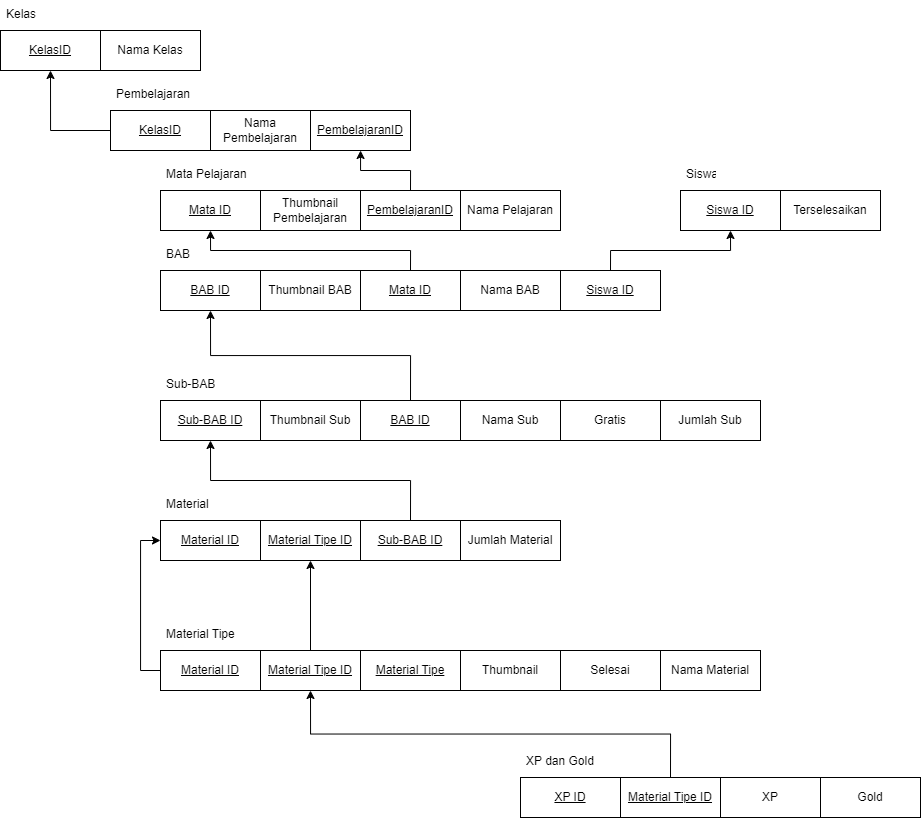
The draw.io diagram relational model Diagram.drawio.png in ardy-yusuf-wibawa/React-Bookbuzz, before a commit. Source tidied: cells renumbered, new cells last; positions are measured from the earlier drawing's top-left corner, leaving out a move shared by most shapes.
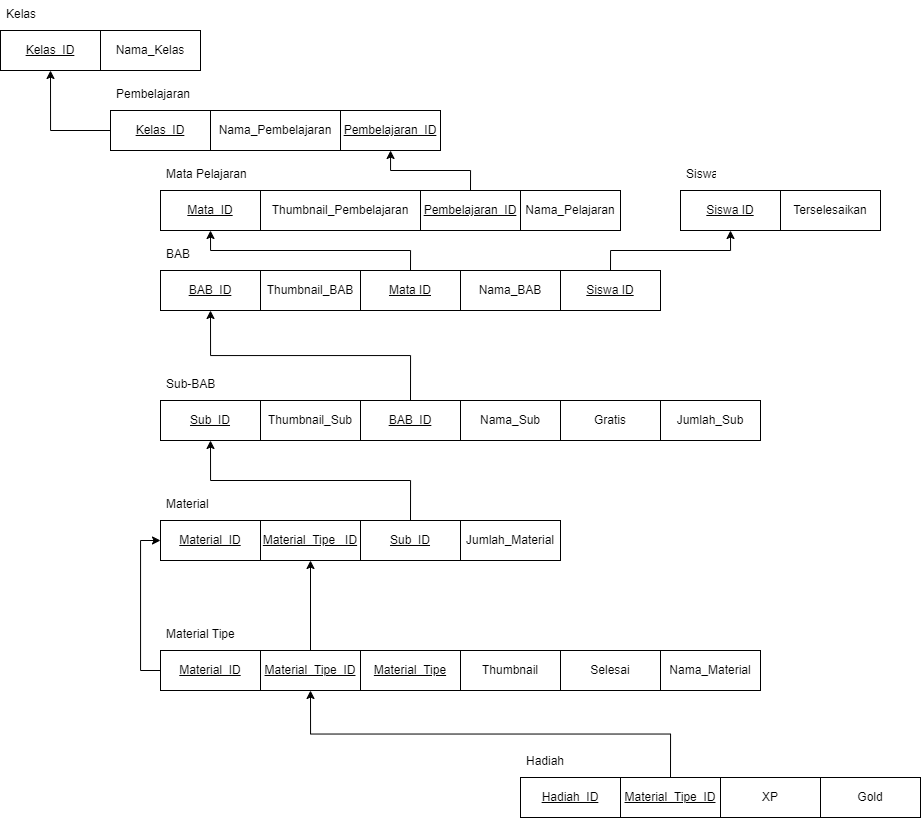
The same diagram one commit later.

What changed in the source:
```diff
@@ -2,10 +2,10 @@
   <root>
     <mxCell id="0" />
     <mxCell id="1" parent="0" />
-    <mxCell id="2" value="KelasID" style="whiteSpace=wrap;html=1;align=center;fontStyle=4;" parent="1" vertex="1">
+    <mxCell id="2" value="Kelas_ID" style="whiteSpace=wrap;html=1;align=center;fontStyle=4;" parent="1" vertex="1">
       <mxGeometry y="30" width="100" height="40" as="geometry" />
     </mxCell>
-    <mxCell id="3" value="Nama Kelas" style="whiteSpace=wrap;html=1;align=center;" parent="1" vertex="1">
+    <mxCell id="3" value="Nama_Kelas" style="whiteSpace=wrap;html=1;align=center;" parent="1" vertex="1">
       <mxGeometry x="100" y="30" width="100" height="40" as="geometry" />
     </mxCell>
     <mxCell id="4" value="Kelas" style="text;strokeColor=none;fillColor=none;spacingLeft=4;spacingRight=4;overflow=hidden;fontSize=12;whiteSpace=wrap;html=1;" parent="1" vertex="1">
@@ -14,40 +14,40 @@
     <mxCell id="5" style="edgeStyle=orthogonalEdgeStyle;rounded=0;jettySize=auto;html=1;exitX=0;exitY=0.5;exitDx=0;exitDy=0;entryX=0.5;entryY=1;entryDx=0;entryDy=0;" parent="1" edge="1" source="6" target="2">
       <mxGeometry relative="1" as="geometry" />
     </mxCell>
-    <mxCell id="6" value="KelasID" style="whiteSpace=wrap;html=1;align=center;fontStyle=4;" parent="1" vertex="1">
+    <mxCell id="6" value="Kelas_ID" style="whiteSpace=wrap;html=1;align=center;fontStyle=4;" parent="1" vertex="1">
       <mxGeometry x="110" y="110" width="100" height="40" as="geometry" />
     </mxCell>
-    <mxCell id="7" value="Nama Pembelajaran" style="whiteSpace=wrap;html=1;align=center;" parent="1" vertex="1">
-      <mxGeometry x="210" y="110" width="100" height="40" as="geometry" />
+    <mxCell id="7" value="Nama_Pembelajaran" style="whiteSpace=wrap;html=1;align=center;" parent="1" vertex="1">
+      <mxGeometry x="210" y="110" width="130" height="40" as="geometry" />
     </mxCell>
     <mxCell id="8" value="Pembelajaran" style="text;strokeColor=none;fillColor=none;spacingLeft=4;spacingRight=4;overflow=hidden;fontSize=12;whiteSpace=wrap;html=1;" parent="1" vertex="1">
       <mxGeometry x="110" y="80" width="100" height="30" as="geometry" />
     </mxCell>
-    <mxCell id="9" value="PembelajaranID" style="whiteSpace=wrap;html=1;align=center;fontStyle=4;" parent="1" vertex="1">
-      <mxGeometry x="310" y="110" width="100" height="40" as="geometry" />
+    <mxCell id="9" value="Pembelajaran_ID" style="whiteSpace=wrap;html=1;align=center;fontStyle=4;" parent="1" vertex="1">
+      <mxGeometry x="340" y="110" width="100" height="40" as="geometry" />
     </mxCell>
-    <mxCell id="10" value="Mata ID" style="whiteSpace=wrap;html=1;align=center;fontStyle=4;" parent="1" vertex="1">
+    <mxCell id="10" value="Mata_ID" style="whiteSpace=wrap;html=1;align=center;fontStyle=4;" parent="1" vertex="1">
       <mxGeometry x="160" y="190" width="100" height="40" as="geometry" />
     </mxCell>
-    <mxCell id="11" value="Thumbnail Pembelajaran" style="whiteSpace=wrap;html=1;align=center;" parent="1" vertex="1">
-      <mxGeometry x="260" y="190" width="100" height="40" as="geometry" />
+    <mxCell id="11" value="Thumbnail_Pembelajaran" style="whiteSpace=wrap;html=1;align=center;" parent="1" vertex="1">
+      <mxGeometry x="260" y="190" width="160" height="40" as="geometry" />
     </mxCell>
     <mxCell id="12" style="edgeStyle=orthogonalEdgeStyle;rounded=0;jettySize=auto;html=1;exitX=0.5;exitY=0;exitDx=0;exitDy=0;" parent="1" edge="1" source="13" target="9">
       <mxGeometry relative="1" as="geometry" />
     </mxCell>
-    <mxCell id="13" value="PembelajaranID" style="whiteSpace=wrap;html=1;align=center;fontStyle=4;" parent="1" vertex="1">
-      <mxGeometry x="360" y="190" width="100" height="40" as="geometry" />
+    <mxCell id="13" value="Pembelajaran_ID" style="whiteSpace=wrap;html=1;align=center;fontStyle=4;" parent="1" vertex="1">
+      <mxGeometry x="420" y="190" width="100" height="40" as="geometry" />
     </mxCell>
     <mxCell id="14" value="Mata Pelajaran" style="text;strokeColor=none;fillColor=none;spacingLeft=4;spacingRight=4;overflow=hidden;fontSize=12;whiteSpace=wrap;html=1;" parent="1" vertex="1">
       <mxGeometry x="160" y="160" width="100" height="30" as="geometry" />
     </mxCell>
-    <mxCell id="15" value="Nama Pelajaran" style="whiteSpace=wrap;html=1;align=center;" parent="1" vertex="1">
-      <mxGeometry x="460" y="190" width="100" height="40" as="geometry" />
+    <mxCell id="15" value="Nama_Pelajaran" style="whiteSpace=wrap;html=1;align=center;" parent="1" vertex="1">
+      <mxGeometry x="520" y="190" width="100" height="40" as="geometry" />
     </mxCell>
-    <mxCell id="16" value="BAB ID" style="whiteSpace=wrap;html=1;align=center;fontStyle=4;" parent="1" vertex="1">
+    <mxCell id="16" value="BAB_ID" style="whiteSpace=wrap;html=1;align=center;fontStyle=4;" parent="1" vertex="1">
       <mxGeometry x="160" y="270" width="100" height="40" as="geometry" />
     </mxCell>
-    <mxCell id="17" value="Thumbnail BAB" style="whiteSpace=wrap;html=1;align=center;" parent="1" vertex="1">
+    <mxCell id="17" value="Thumbnail_BAB" style="whiteSpace=wrap;html=1;align=center;" parent="1" vertex="1">
       <mxGeometry x="260" y="270" width="100" height="40" as="geometry" />
     </mxCell>
     <mxCell id="18" style="edgeStyle=orthogonalEdgeStyle;rounded=0;jettySize=auto;html=1;exitX=0.5;exitY=0;exitDx=0;exitDy=0;entryX=0.5;entryY=1;entryDx=0;entryDy=0;" parent="1" edge="1" source="19" target="10">
@@ -56,7 +56,7 @@
     <mxCell id="19" value="Mata ID" style="whiteSpace=wrap;html=1;align=center;fontStyle=4;" parent="1" vertex="1">
       <mxGeometry x="360" y="270" width="100" height="40" as="geometry" />
     </mxCell>
-    <mxCell id="20" value="Nama BAB" style="whiteSpace=wrap;html=1;align=center;" parent="1" vertex="1">
+    <mxCell id="20" value="Nama_BAB" style="whiteSpace=wrap;html=1;align=center;" parent="1" vertex="1">
       <mxGeometry x="460" y="270" width="100" height="40" as="geometry" />
     </mxCell>
     <mxCell id="21" value="BAB" style="text;strokeColor=none;fillColor=none;spacingLeft=4;spacingRight=4;overflow=hidden;fontSize=12;whiteSpace=wrap;html=1;" parent="1" vertex="1">
@@ -77,19 +77,19 @@
     <mxCell id="26" value="Siswa" style="text;strokeColor=none;fillColor=none;spacingLeft=4;spacingRight=4;overflow=hidden;fontSize=12;whiteSpace=wrap;html=1;" parent="1" vertex="1">
       <mxGeometry x="680" y="160" width="40" height="30" as="geometry" />
     </mxCell>
-    <mxCell id="27" value="Sub-BAB ID" style="whiteSpace=wrap;html=1;align=center;fontStyle=4;" parent="1" vertex="1">
+    <mxCell id="27" value="Sub_ID" style="whiteSpace=wrap;html=1;align=center;fontStyle=4;" parent="1" vertex="1">
       <mxGeometry x="160" y="400" width="100" height="40" as="geometry" />
     </mxCell>
-    <mxCell id="28" value="Thumbnail Sub" style="whiteSpace=wrap;html=1;align=center;" parent="1" vertex="1">
+    <mxCell id="28" value="Thumbnail_Sub" style="whiteSpace=wrap;html=1;align=center;" parent="1" vertex="1">
       <mxGeometry x="260" y="400" width="100" height="40" as="geometry" />
     </mxCell>
     <mxCell id="29" style="edgeStyle=orthogonalEdgeStyle;rounded=0;jettySize=auto;html=1;exitX=0.5;exitY=0;exitDx=0;exitDy=0;entryX=0.5;entryY=1;entryDx=0;entryDy=0;" parent="1" edge="1" source="30" target="16">
       <mxGeometry relative="1" as="geometry" />
     </mxCell>
-    <mxCell id="30" value="BAB ID" style="whiteSpace=wrap;html=1;align=center;fontStyle=4;" parent="1" vertex="1">
+    <mxCell id="30" value="BAB_ID" style="whiteSpace=wrap;html=1;align=center;fontStyle=4;" parent="1" vertex="1">
       <mxGeometry x="360" y="400" width="100" height="40" as="geometry" />
     </mxCell>
-    <mxCell id="31" value="Nama Sub" style="whiteSpace=wrap;html=1;align=center;" parent="1" vertex="1">
+    <mxCell id="31" value="Nama_Sub" style="whiteSpace=wrap;html=1;align=center;" parent="1" vertex="1">
       <mxGeometry x="460" y="400" width="100" height="40" as="geometry" />
     </mxCell>
     <mxCell id="32" value="Sub-BAB" style="text;strokeColor=none;fillColor=none;spacingLeft=4;spacingRight=4;overflow=hidden;fontSize=12;whiteSpace=wrap;html=1;" parent="1" vertex="1">
@@ -98,40 +98,40 @@
     <mxCell id="33" value="Gratis" style="whiteSpace=wrap;html=1;align=center;" parent="1" vertex="1">
       <mxGeometry x="560" y="400" width="100" height="40" as="geometry" />
     </mxCell>
-    <mxCell id="34" value="Material ID" style="whiteSpace=wrap;html=1;align=center;fontStyle=4;" parent="1" vertex="1">
+    <mxCell id="34" value="Material_ID" style="whiteSpace=wrap;html=1;align=center;fontStyle=4;" parent="1" vertex="1">
       <mxGeometry x="160" y="520" width="100" height="40" as="geometry" />
     </mxCell>
-    <mxCell id="35" value="&lt;u&gt;Material Tipe ID&lt;/u&gt;" style="whiteSpace=wrap;html=1;align=center;" parent="1" vertex="1">
+    <mxCell id="35" value="&lt;u&gt;Material_Tipe _ID&lt;/u&gt;" style="whiteSpace=wrap;html=1;align=center;" parent="1" vertex="1">
       <mxGeometry x="260" y="520" width="100" height="40" as="geometry" />
     </mxCell>
     <mxCell id="36" style="edgeStyle=orthogonalEdgeStyle;rounded=0;jettySize=auto;html=1;exitX=0.5;exitY=0;exitDx=0;exitDy=0;entryX=0.5;entryY=1;entryDx=0;entryDy=0;" parent="1" edge="1" source="37" target="27">
       <mxGeometry relative="1" as="geometry" />
     </mxCell>
-    <mxCell id="37" value="Sub-BAB ID" style="whiteSpace=wrap;html=1;align=center;fontStyle=4;" parent="1" vertex="1">
+    <mxCell id="37" value="Sub_ID" style="whiteSpace=wrap;html=1;align=center;fontStyle=4;" parent="1" vertex="1">
       <mxGeometry x="360" y="520" width="100" height="40" as="geometry" />
     </mxCell>
-    <mxCell id="38" value="Jumlah Material" style="whiteSpace=wrap;html=1;align=center;" parent="1" vertex="1">
+    <mxCell id="38" value="Jumlah_Material" style="whiteSpace=wrap;html=1;align=center;" parent="1" vertex="1">
       <mxGeometry x="460" y="520" width="100" height="40" as="geometry" />
     </mxCell>
     <mxCell id="39" value="Material" style="text;strokeColor=none;fillColor=none;spacingLeft=4;spacingRight=4;overflow=hidden;fontSize=12;whiteSpace=wrap;html=1;" parent="1" vertex="1">
       <mxGeometry x="160" y="490" width="100" height="30" as="geometry" />
     </mxCell>
-    <mxCell id="40" value="Jumlah Sub" style="whiteSpace=wrap;html=1;align=center;" parent="1" vertex="1">
+    <mxCell id="40" value="Jumlah_Sub" style="whiteSpace=wrap;html=1;align=center;" parent="1" vertex="1">
       <mxGeometry x="660" y="400" width="100" height="40" as="geometry" />
     </mxCell>
     <mxCell id="41" style="edgeStyle=orthogonalEdgeStyle;rounded=0;jettySize=auto;html=1;exitX=0;exitY=0.5;exitDx=0;exitDy=0;entryX=0;entryY=0.5;entryDx=0;entryDy=0;" parent="1" edge="1" source="42" target="34">
       <mxGeometry relative="1" as="geometry" />
     </mxCell>
-    <mxCell id="42" value="Material ID" style="whiteSpace=wrap;html=1;align=center;fontStyle=4;" parent="1" vertex="1">
+    <mxCell id="42" value="Material_ID" style="whiteSpace=wrap;html=1;align=center;fontStyle=4;" parent="1" vertex="1">
       <mxGeometry x="160" y="650" width="100" height="40" as="geometry" />
     </mxCell>
     <mxCell id="43" style="edgeStyle=orthogonalEdgeStyle;rounded=0;jettySize=auto;html=1;exitX=0.5;exitY=0;exitDx=0;exitDy=0;entryX=0.5;entryY=1;entryDx=0;entryDy=0;" parent="1" edge="1" source="44" target="35">
       <mxGeometry relative="1" as="geometry" />
     </mxCell>
-    <mxCell id="44" value="&lt;u&gt;Material Tipe ID&lt;/u&gt;" style="whiteSpace=wrap;html=1;align=center;" parent="1" vertex="1">
+    <mxCell id="44" value="&lt;u&gt;Material_Tipe_ID&lt;/u&gt;" style="whiteSpace=wrap;html=1;align=center;" parent="1" vertex="1">
       <mxGeometry x="260" y="650" width="100" height="40" as="geometry" />
     </mxCell>
-    <mxCell id="45" value="Material Tipe" style="whiteSpace=wrap;html=1;align=center;fontStyle=4;" parent="1" vertex="1">
+    <mxCell id="45" value="Material_Tipe" style="whiteSpace=wrap;html=1;align=center;fontStyle=4;" parent="1" vertex="1">
       <mxGeometry x="360" y="650" width="100" height="40" as="geometry" />
     </mxCell>
     <mxCell id="46" value="Thumbnail" style="whiteSpace=wrap;html=1;align=center;" parent="1" vertex="1">
@@ -143,16 +143,16 @@
     <mxCell id="48" value="Selesai" style="whiteSpace=wrap;html=1;align=center;" parent="1" vertex="1">
       <mxGeometry x="560" y="650" width="100" height="40" as="geometry" />
     </mxCell>
-    <mxCell id="49" value="Nama Material" style="whiteSpace=wrap;html=1;align=center;" parent="1" vertex="1">
+    <mxCell id="49" value="Nama_Material" style="whiteSpace=wrap;html=1;align=center;" parent="1" vertex="1">
       <mxGeometry x="660" y="650" width="100" height="40" as="geometry" />
     </mxCell>
-    <mxCell id="50" value="XP ID" style="whiteSpace=wrap;html=1;align=center;fontStyle=4;" parent="1" vertex="1">
+    <mxCell id="50" value="Hadiah_ID" style="whiteSpace=wrap;html=1;align=center;fontStyle=4;" parent="1" vertex="1">
       <mxGeometry x="520" y="777" width="100" height="40" as="geometry" />
     </mxCell>
     <mxCell id="51" style="edgeStyle=orthogonalEdgeStyle;rounded=0;jettySize=auto;html=1;exitX=0.5;exitY=0;exitDx=0;exitDy=0;entryX=0.5;entryY=1;entryDx=0;entryDy=0;" parent="1" edge="1" source="52" target="44">
       <mxGeometry relative="1" as="geometry" />
     </mxCell>
-    <mxCell id="52" value="&lt;u&gt;Material Tipe ID&lt;/u&gt;" style="whiteSpace=wrap;html=1;align=center;" parent="1" vertex="1">
+    <mxCell id="52" value="&lt;u&gt;Material_Tipe_ID&lt;/u&gt;" style="whiteSpace=wrap;html=1;align=center;" parent="1" vertex="1">
       <mxGeometry x="620" y="777" width="100" height="40" as="geometry" />
     </mxCell>
     <mxCell id="53" value="XP" style="whiteSpace=wrap;html=1;align=center;fontStyle=0;" parent="1" vertex="1">
@@ -161,7 +161,7 @@
     <mxCell id="54" value="Gold" style="whiteSpace=wrap;html=1;align=center;" parent="1" vertex="1">
       <mxGeometry x="820" y="777" width="100" height="40" as="geometry" />
     </mxCell>
-    <mxCell id="55" value="XP dan Gold" style="text;strokeColor=none;fillColor=none;spacingLeft=4;spacingRight=4;overflow=hidden;fontSize=12;whiteSpace=wrap;html=1;" parent="1" vertex="1">
+    <mxCell id="55" value="Hadiah" style="text;strokeColor=none;fillColor=none;spacingLeft=4;spacingRight=4;overflow=hidden;fontSize=12;whiteSpace=wrap;html=1;" parent="1" vertex="1">
       <mxGeometry x="520" y="747" width="100" height="30" as="geometry" />
     </mxCell>
   </root>
```
